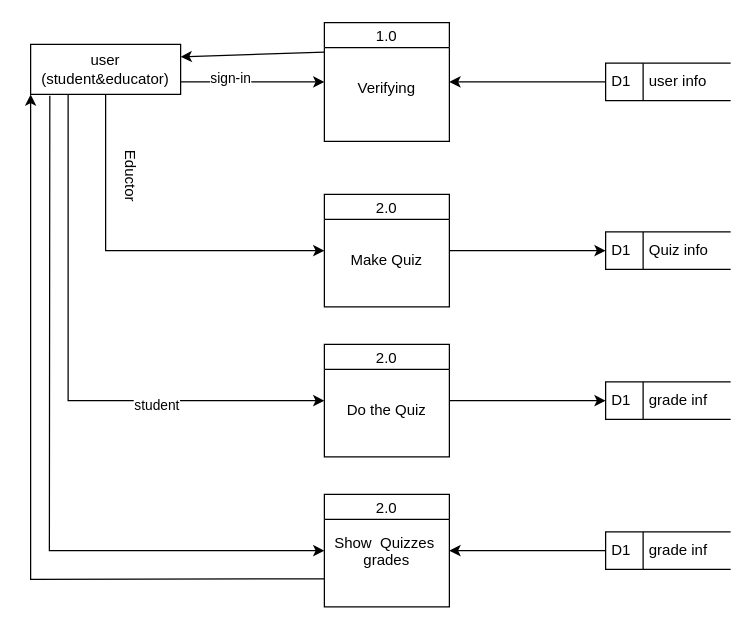
amrawni33/new keeps this draw.io diagram as DFD.drawio. Above is the earlier version. Source tidied: cells renumbered, new cells numbered last; positions are measured from the earlier drawing's top-left corner, leaving out a move shared by most shapes. Both pictures are drawn from the tidied source at 125%, with x=0, y=0 at pixel (30, 21).
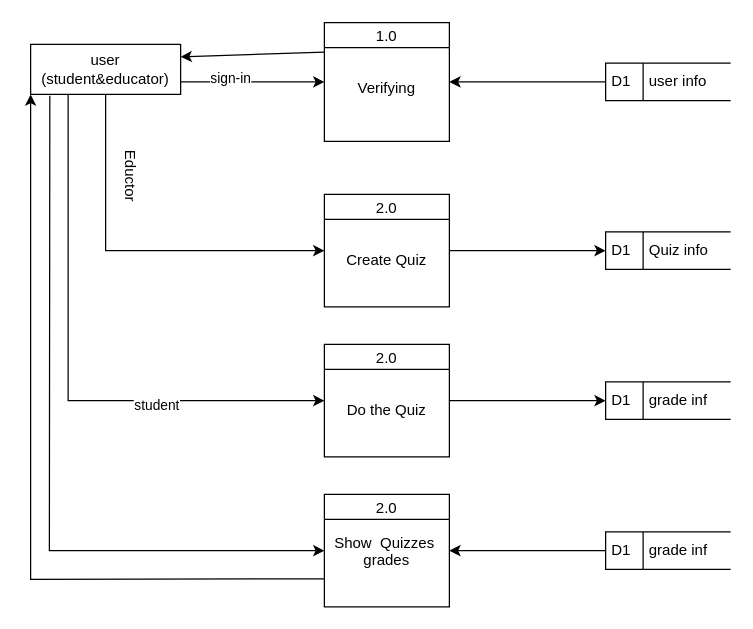
The same page after the edit.

The edit, as a diff of the source:
```diff
@@
-    <mxCell id="9" value="&#10;&#10;&#10;&#10;2.0&#10;&#10;&#10;Make Quiz&#10;" style="swimlane;fontStyle=0;horizontal=1;startSize=20;fillColor=#ffffff;swimlaneFillColor=#ffffff;" parent="1" vertex="1">
+    <mxCell id="9" value="&#10;&#10;&#10;&#10;2.0&#10;&#10;&#10;Create Quiz&#10;" style="swimlane;fontStyle=0;horizontal=1;startSize=20;fillColor=#ffffff;swimlaneFillColor=#ffffff;" parent="1" vertex="1">
       <mxGeometry x="235" y="138" width="100" height="90" as="geometry" />
     </mxCell>
```
